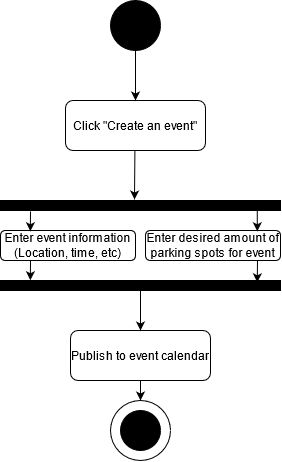
This is docs/CreateEvent_ActivityDiagram.png from kev-thomas/aggie-blue-parking, a draw.io export, as it was before one commit. Source tidied: cells renumbered, new cells last; positions are measured from the earlier drawing's top-left corner, leaving out a move shared by most shapes.
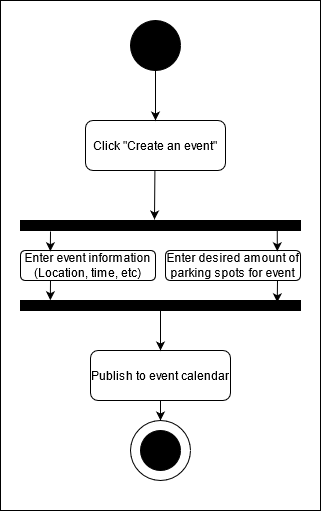
Above is the later version.

Commit message:
Edited the activity diagram for 'Create event'

Diff of the diagram source:
```diff
@@ -67,5 +67,8 @@
     <mxCell id="18" style="ellipse;whiteSpace=wrap;html=1;strokeColor=#000000;fillColor=#000000;" parent="1" vertex="1">
       <mxGeometry x="120" y="410" width="40" height="40" as="geometry" />
     </mxCell>
+    <mxCell id="19" style="rounded=0;whiteSpace=wrap;html=1;strokeColor=#000000;fillColor=none;" parent="1" vertex="1">
+      <mxGeometry x="-20" y="-20" width="320" height="510" as="geometry" />
+    </mxCell>
   </root>
 </mxGraphModel>
```
